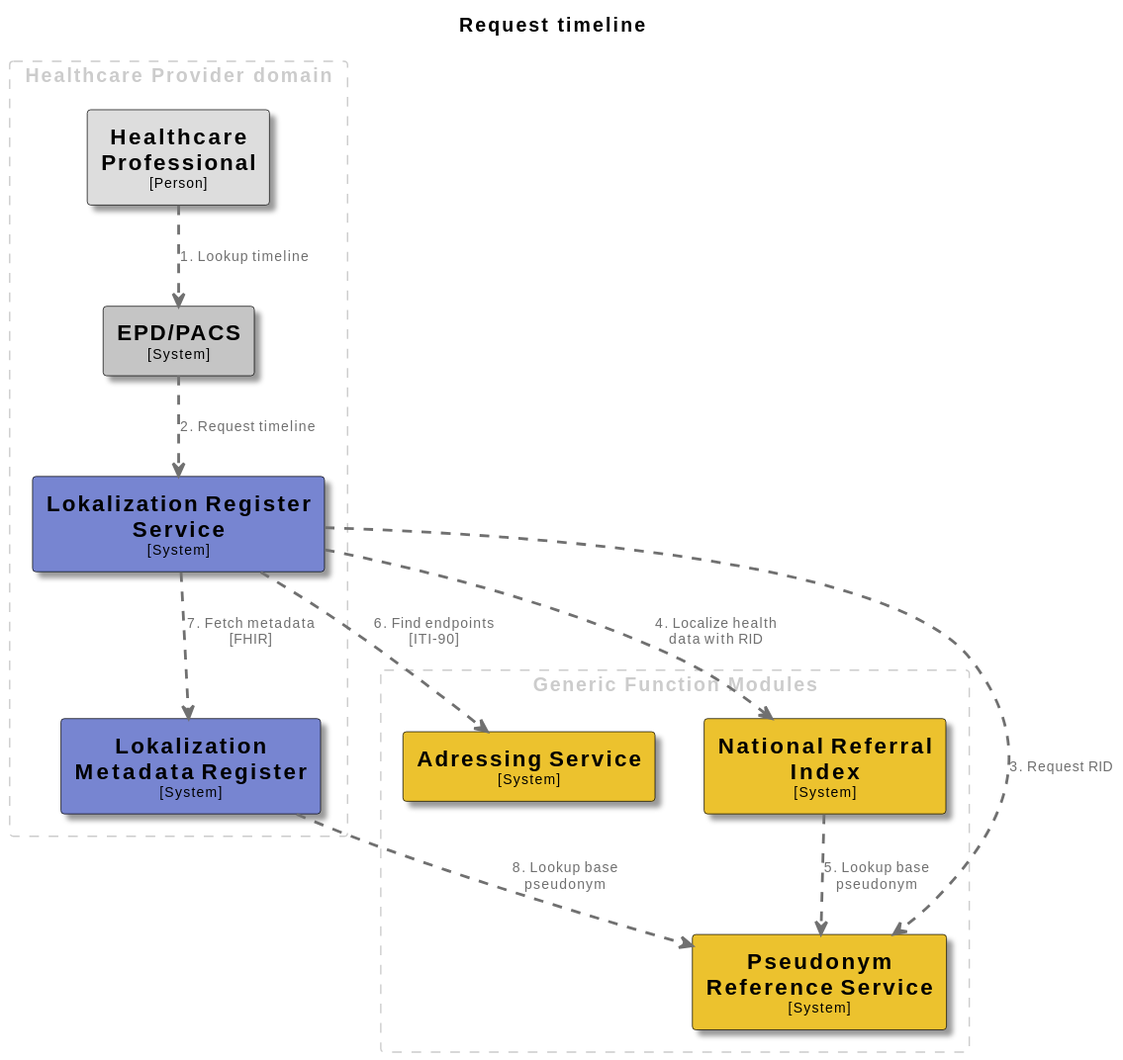
Earlier version of the PlantUML export docs/images/structurizr-RequestTimeline.svg (minvws/gfmodules-coordination).
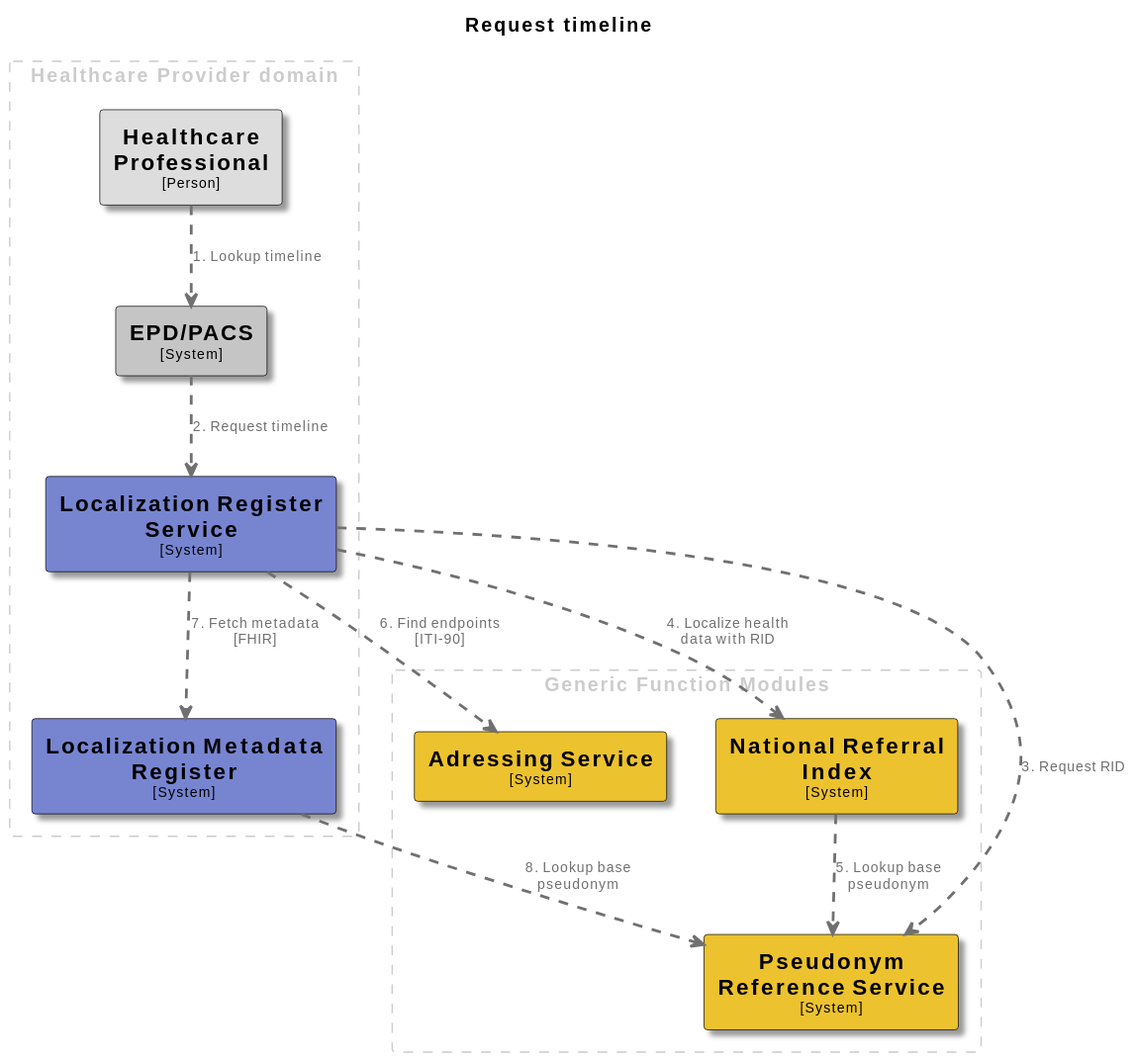
Later version of the same file.

Change to the diagram source:
```diff
@@ -31,13 +31,13 @@
   BorderColor #000000
   shadowing true
 }
-skinparam rectangle<<LokalizationMetadataRegister>> {
+skinparam rectangle<<LocalizationMetadataRegister>> {
   BackgroundColor #7785d1
   FontColor #000000
   BorderColor #000000
   shadowing true
 }
-skinparam rectangle<<LokalizationRegisterService>> {
+skinparam rectangle<<LocalizationRegisterService>> {
   BackgroundColor #7785d1
   FontColor #000000
   BorderColor #000000
@@ -71,18 +71,18 @@
   skinparam RectangleFontColor<<group2>> #cccccc
   skinparam RectangleBorderStyle<<group2>> dashed
 
-  rectangle "==Lokalization Metadata Register\n<size:10>[System]</size>" <<LokalizationMetadataRegister>> as LokalizationMetadataRegister
-  rectangle "==Lokalization Register Service\n<size:10>[System]</size>" <<LokalizationRegisterService>> as LokalizationRegisterService
+  rectangle "==Localization Metadata Register\n<size:10>[System]</size>" <<LocalizationMetadataRegister>> as LocalizationMetadataRegister
+  rectangle "==Localization Register Service\n<size:10>[System]</size>" <<LocalizationRegisterService>> as LocalizationRegisterService
   rectangle "==Healthcare Professional\n<size:10>[Person]</size>" <<HealthcareProfessional>> as HealthcareProfessional
   rectangle "==EPD/PACS\n<size:10>[System]</size>" <<EPDPACS>> as EPDPACS
 }
 
 HealthcareProfessional .[#707070,thickness=2].> EPDPACS : "<color:#707070>1. Lookup timeline"
-EPDPACS .[#707070,thickness=2].> LokalizationRegisterService : "<color:#707070>2. Request timeline"
-LokalizationRegisterService .[#707070,thickness=2].> PseudonymReferenceService : "<color:#707070>3. Request RID"
-LokalizationRegisterService .[#707070,thickness=2].> NationalReferralIndex : "<color:#707070>4. Localize health data with RID"
+EPDPACS .[#707070,thickness=2].> LocalizationRegisterService : "<color:#707070>2. Request timeline"
+LocalizationRegisterService .[#707070,thickness=2].> PseudonymReferenceService : "<color:#707070>3. Request RID"
+LocalizationRegisterService .[#707070,thickness=2].> NationalReferralIndex : "<color:#707070>4. Localize health data with RID"
 NationalReferralIndex .[#707070,thickness=2].> PseudonymReferenceService : "<color:#707070>5. Lookup base pseudonym"
-LokalizationRegisterService .[#707070,thickness=2].> AdressingService : "<color:#707070>6. Find endpoints [ITI-90]"
-LokalizationRegisterService .[#707070,thickness=2].> LokalizationMetadataRegister : "<color:#707070>7. Fetch metadata [FHIR]"
-LokalizationMetadataRegister .[#707070,thickness=2].> PseudonymReferenceService : "<color:#707070>8. Lookup base pseudonym"
+LocalizationRegisterService .[#707070,thickness=2].> AdressingService : "<color:#707070>6. Find endpoints [ITI-90]"
+LocalizationRegisterService .[#707070,thickness=2].> LocalizationMetadataRegister : "<color:#707070>7. Fetch metadata [FHIR]"
+LocalizationMetadataRegister .[#707070,thickness=2].> PseudonymReferenceService : "<color:#707070>8. Lookup base pseudonym"
 @enduml
```
